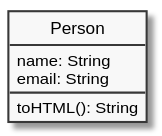
The PlantUML diagram ecma/object/assets/object-person.svg in ifpb/javascript-guide, before a commit.
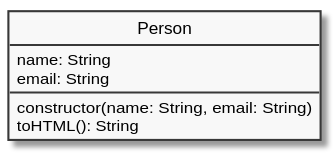
Above is the later version.

Commit message:
updating object charts

Diff of the diagram source:
```diff
@@ -6,6 +6,7 @@
 class Person {
     name: String
     email: String
+    constructor(name: String, email: String)
     toHTML(): String
 }
 @enduml
```
